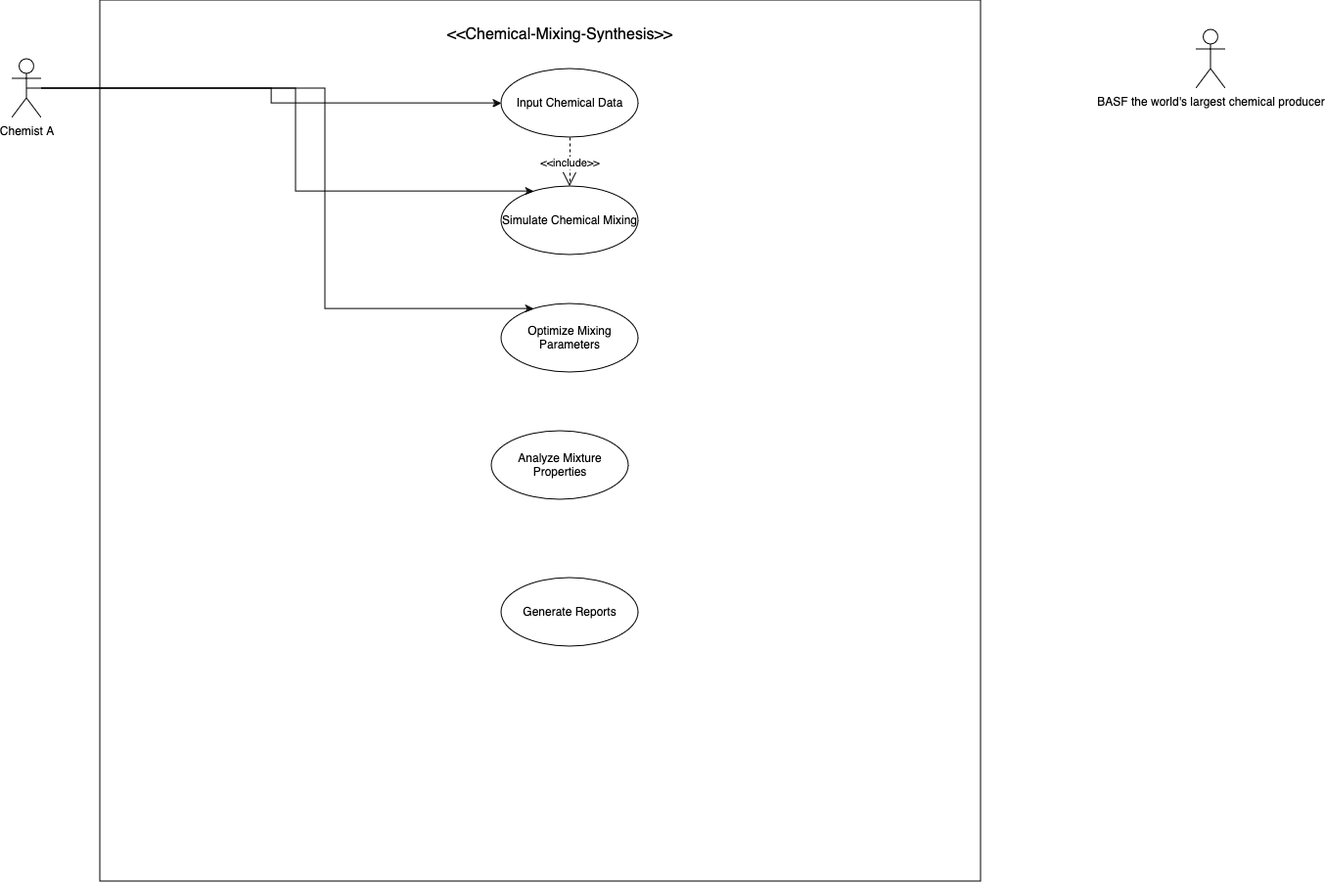
Before: use-case.png, a diagram exported from draw.io (a-l-a-z-a-r/Chemical-Mixing-Data-Synthesis). Source tidied: cells renumbered, new cells last; positions are measured from the earlier drawing's top-left corner, leaving out a move shared by most shapes.
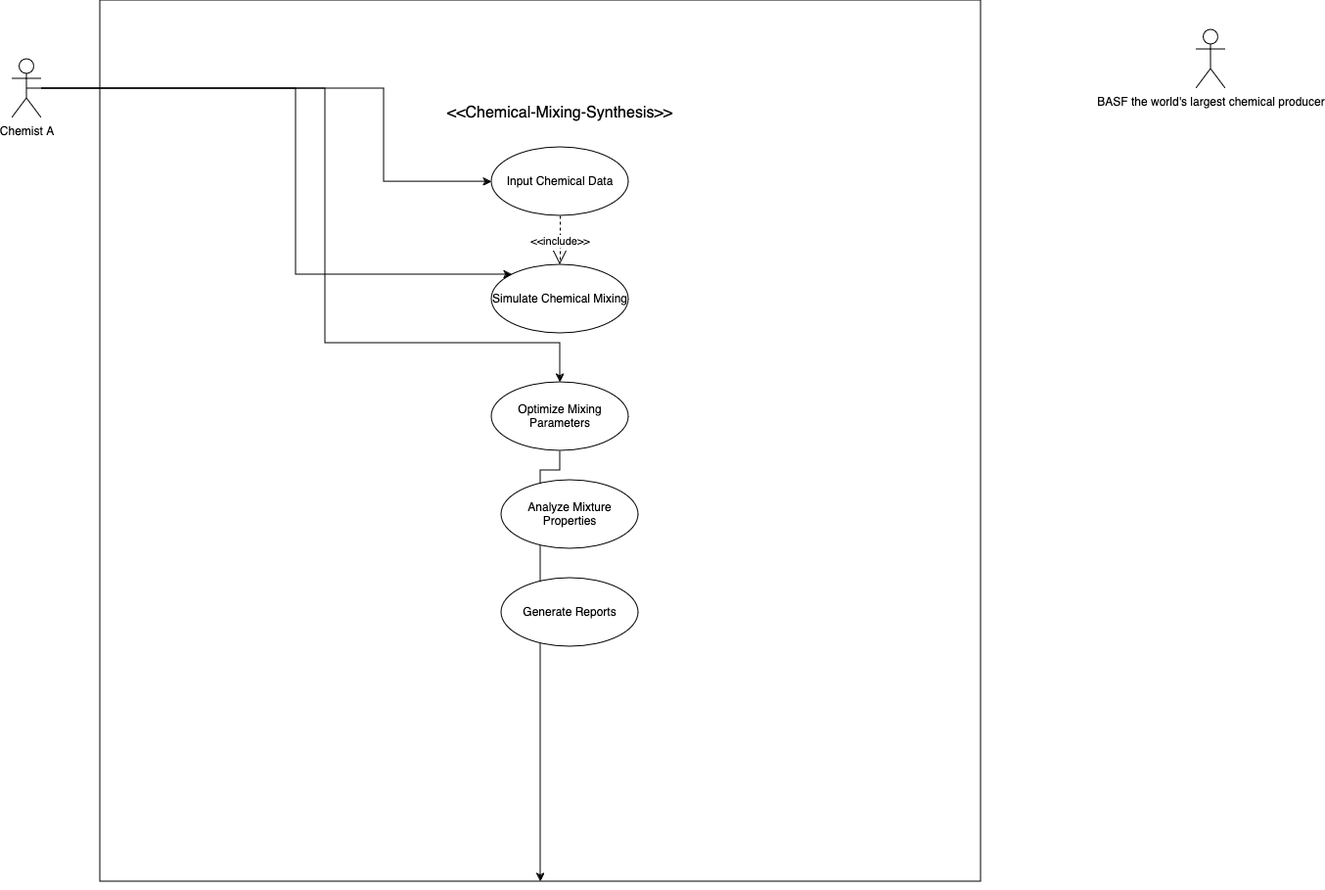
After the commit.

The edit, as a diff of the source:
```diff
@@ -6,13 +6,18 @@
       <mxGeometry x="90" width="900" height="900" as="geometry" />
     </mxCell>
     <mxCell id="3" style="edgeStyle=orthogonalEdgeStyle;rounded=0;jettySize=auto;html=1;exitX=0.5;exitY=0.5;exitDx=0;exitDy=0;exitPerimeter=0;" parent="1" edge="1" source="6" target="8">
-      <mxGeometry relative="1" as="geometry" />
+      <mxGeometry relative="1" as="geometry">
+        <Array as="points">
+          <mxPoint x="380" y="90" />
+          <mxPoint x="380" y="185" />
+        </Array>
+      </mxGeometry>
     </mxCell>
     <mxCell id="4" style="edgeStyle=orthogonalEdgeStyle;rounded=0;jettySize=auto;html=1;" parent="1" edge="1" source="6" target="9">
       <mxGeometry relative="1" as="geometry">
         <Array as="points">
           <mxPoint x="290" y="90" />
-          <mxPoint x="290" y="195" />
+          <mxPoint x="290" y="280" />
         </Array>
       </mxGeometry>
     </mxCell>
@@ -20,7 +25,8 @@
       <mxGeometry relative="1" as="geometry">
         <Array as="points">
           <mxPoint x="320" y="90" />
-          <mxPoint x="320" y="315" />
+          <mxPoint x="320" y="350" />
+          <mxPoint x="560" y="350" />
         </Array>
       </mxGeometry>
     </mxCell>
@@ -31,16 +37,19 @@
       <mxGeometry x="1210" y="30" width="30" height="60" as="geometry" />
     </mxCell>
     <mxCell id="8" value=" Input Chemical Data" style="ellipse;whiteSpace=wrap;html=1;labelBackgroundColor=none;" parent="1" vertex="1">
-      <mxGeometry x="500" y="70" width="140" height="70" as="geometry" />
+      <mxGeometry x="490" y="150" width="140" height="70" as="geometry" />
     </mxCell>
     <mxCell id="9" value="Simulate Chemical Mixing" style="ellipse;whiteSpace=wrap;html=1;labelBackgroundColor=none;" parent="1" vertex="1">
-      <mxGeometry x="500" y="190" width="140" height="70" as="geometry" />
+      <mxGeometry x="490" y="270" width="140" height="70" as="geometry" />
     </mxCell>
+    <mxCell id="15" style="edgeStyle=orthogonalEdgeStyle;rounded=0;jettySize=auto;html=1;" parent="1" edge="1" source="10" target="2">
+      <mxGeometry relative="1" as="geometry" />
+    </mxCell>
     <mxCell id="10" value="&lt;h4&gt;&lt;span style=&quot;font-weight: normal;&quot;&gt;Optimize Mixing Parameters&lt;/span&gt;&lt;/h4&gt;" style="ellipse;whiteSpace=wrap;html=1;" parent="1" vertex="1">
-      <mxGeometry x="500" y="310" width="140" height="70" as="geometry" />
+      <mxGeometry x="490" y="390" width="140" height="70" as="geometry" />
     </mxCell>
     <mxCell id="11" value="Analyze Mixture Properties" style="ellipse;whiteSpace=wrap;html=1;" parent="1" vertex="1">
-      <mxGeometry x="490" y="440" width="140" height="70" as="geometry" />
+      <mxGeometry x="500" y="490" width="140" height="70" as="geometry" />
     </mxCell>
     <mxCell id="12" value="&amp;lt;&amp;lt;include&amp;gt;&amp;gt;" style="endArrow=open;endSize=12;dashed=1;html=1;rounded=0;entryX=0.5;entryY=0;entryDx=0;entryDy=0;exitX=0.5;exitY=1;exitDx=0;exitDy=0;" parent="1" edge="1" source="8" target="9">
       <mxGeometry relative="1" as="geometry" />
@@ -49,7 +58,7 @@
       <mxGeometry x="500" y="590" width="140" height="70" as="geometry" />
     </mxCell>
     <mxCell id="14" value="&amp;lt;&amp;lt;Chemical-Mixing-Synthesis&amp;gt;&amp;gt;" style="text;strokeColor=none;fillColor=none;html=1;align=center;verticalAlign=middle;whiteSpace=wrap;rounded=0;fontSize=16;" parent="1" vertex="1">
-      <mxGeometry x="415" y="20" width="290" height="30" as="geometry" />
+      <mxGeometry x="415" y="100" width="290" height="30" as="geometry" />
     </mxCell>
   </root>
 </mxGraphModel>
```
